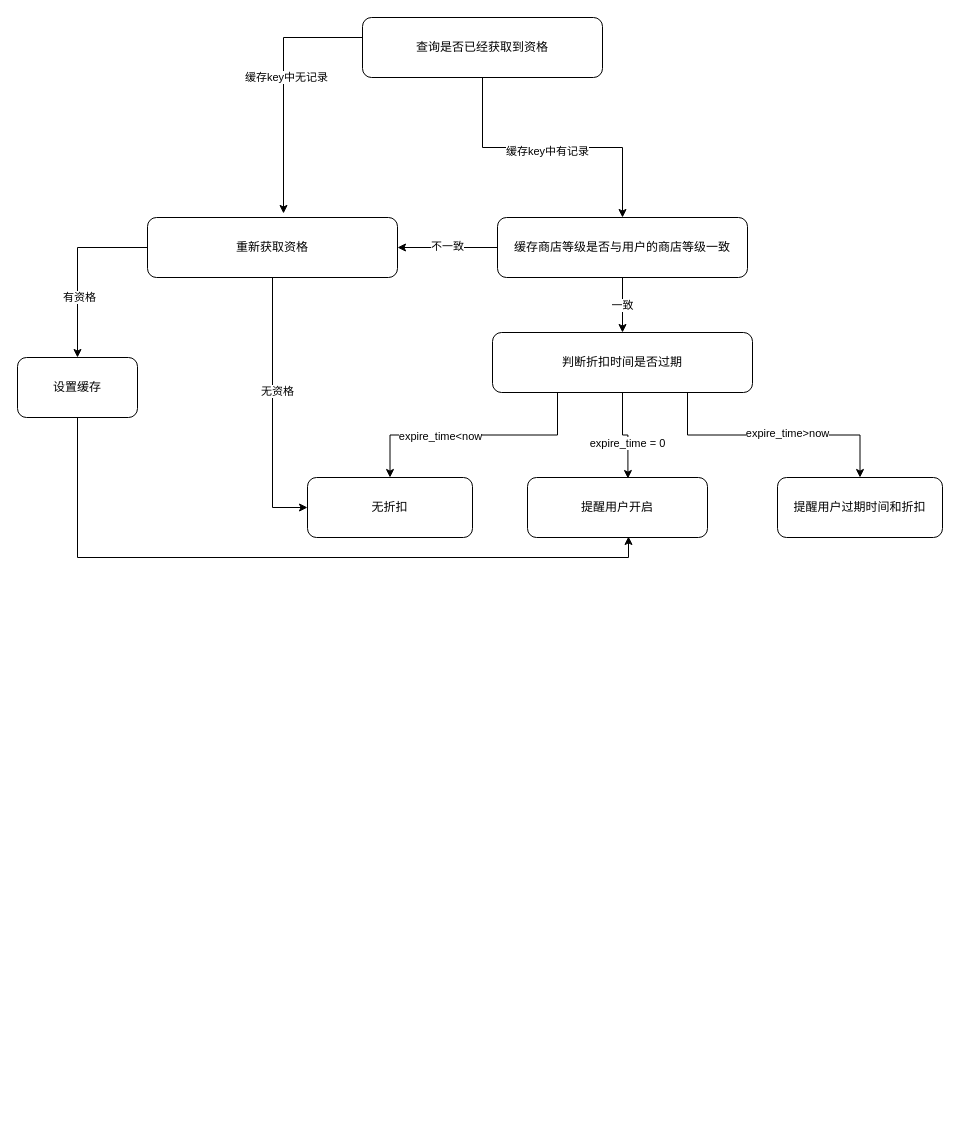
The draw.io diagram 未命名绘图.drawio in XiaoXiaoXiao1213/XiaoXiaoXiao1213.github.io, before the edit. Source tidied: cells renumbered, new cells numbered last; positions are measured from the earlier drawing's top-left corner, leaving out a move shared by most shapes. Both pictures are drawn from the tidied source at 100%, with x=0, y=0 at pixel (17, 17).
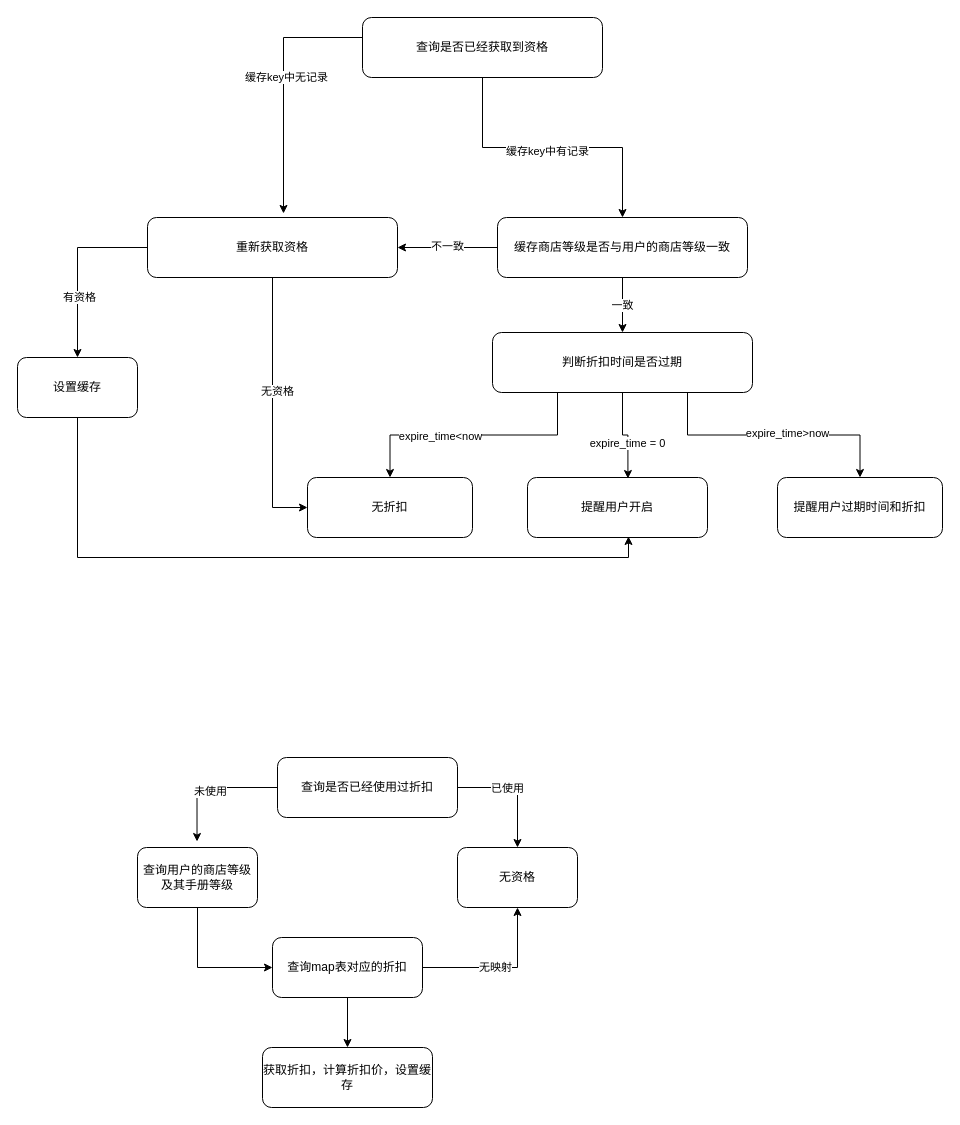
After the change.

Commit message:
更新未命名绘图.drawio

Diff of the diagram source:
```diff
@@
+    <mxCell id="28" style="edgeStyle=orthogonalEdgeStyle;rounded=0;jettySize=auto;html=1;exitX=1;exitY=0.5;exitDx=0;exitDy=0;" parent="1" edge="1" source="30" target="31">
+      <mxGeometry relative="1" as="geometry" />
+    </mxCell>
+    <mxCell id="29" value="已使用" style="edgeLabel;html=1;align=center;verticalAlign=middle;" parent="28" vertex="1">
+      <mxGeometry x="-0.18" relative="1" as="geometry" />
+    </mxCell>
+    <mxCell id="30" value="查询是否已经使用过折扣" style="rounded=1;whiteSpace=wrap;html=1;" parent="1" vertex="1">
+      <mxGeometry x="260" y="740" width="180" height="60" as="geometry" />
+    </mxCell>
+    <mxCell id="31" value="无资格" style="rounded=1;whiteSpace=wrap;html=1;" parent="1" vertex="1">
+      <mxGeometry x="440" y="830" width="120" height="60" as="geometry" />
+    </mxCell>
+    <mxCell id="32" style="edgeStyle=orthogonalEdgeStyle;rounded=0;jettySize=auto;html=1;exitX=0.5;exitY=1;exitDx=0;exitDy=0;entryX=0;entryY=0.5;entryDx=0;entryDy=0;" parent="1" edge="1" source="33" target="37">
+      <mxGeometry relative="1" as="geometry" />
+    </mxCell>
+    <mxCell id="33" value="查询用户的商店等级及其手册等级" style="rounded=1;whiteSpace=wrap;html=1;" parent="1" vertex="1">
+      <mxGeometry x="120" y="830" width="120" height="60" as="geometry" />
+    </mxCell>
+    <mxCell id="34" style="edgeStyle=orthogonalEdgeStyle;rounded=0;jettySize=auto;html=1;" parent="1" edge="1" source="37" target="31">
+      <mxGeometry relative="1" as="geometry" />
+    </mxCell>
+    <mxCell id="35" value="无映射" style="edgeLabel;html=1;align=center;verticalAlign=middle;" parent="34" vertex="1">
+      <mxGeometry x="-0.08" y="1" relative="1" as="geometry">
+        <mxPoint x="1" as="offset" />
+      </mxGeometry>
+    </mxCell>
+    <mxCell id="36" style="edgeStyle=orthogonalEdgeStyle;rounded=0;jettySize=auto;html=1;exitX=0.5;exitY=1;exitDx=0;exitDy=0;" parent="1" edge="1" source="37" target="40">
+      <mxGeometry relative="1" as="geometry" />
+    </mxCell>
+    <mxCell id="37" value="查询map表对应的折扣" style="rounded=1;whiteSpace=wrap;html=1;" parent="1" vertex="1">
+      <mxGeometry x="255" y="920" width="150" height="60" as="geometry" />
+    </mxCell>
+    <mxCell id="38" style="edgeStyle=orthogonalEdgeStyle;rounded=0;jettySize=auto;html=1;exitX=0;exitY=0.5;exitDx=0;exitDy=0;entryX=0.496;entryY=-0.1;entryDx=0;entryDy=0;entryPerimeter=0;" parent="1" edge="1" source="30" target="33">
+      <mxGeometry relative="1" as="geometry" />
+    </mxCell>
+    <mxCell id="39" value="未使用" style="edgeLabel;html=1;align=center;verticalAlign=middle;" parent="38" vertex="1">
+      <mxGeometry x="0.02" y="3" relative="1" as="geometry">
+        <mxPoint x="1" as="offset" />
+      </mxGeometry>
+    </mxCell>
+    <mxCell id="40" value="获取折扣，计算折扣价，设置缓存" style="rounded=1;whiteSpace=wrap;html=1;" parent="1" vertex="1">
+      <mxGeometry x="245" y="1030" width="170" height="60" as="geometry" />
+    </mxCell>
```
